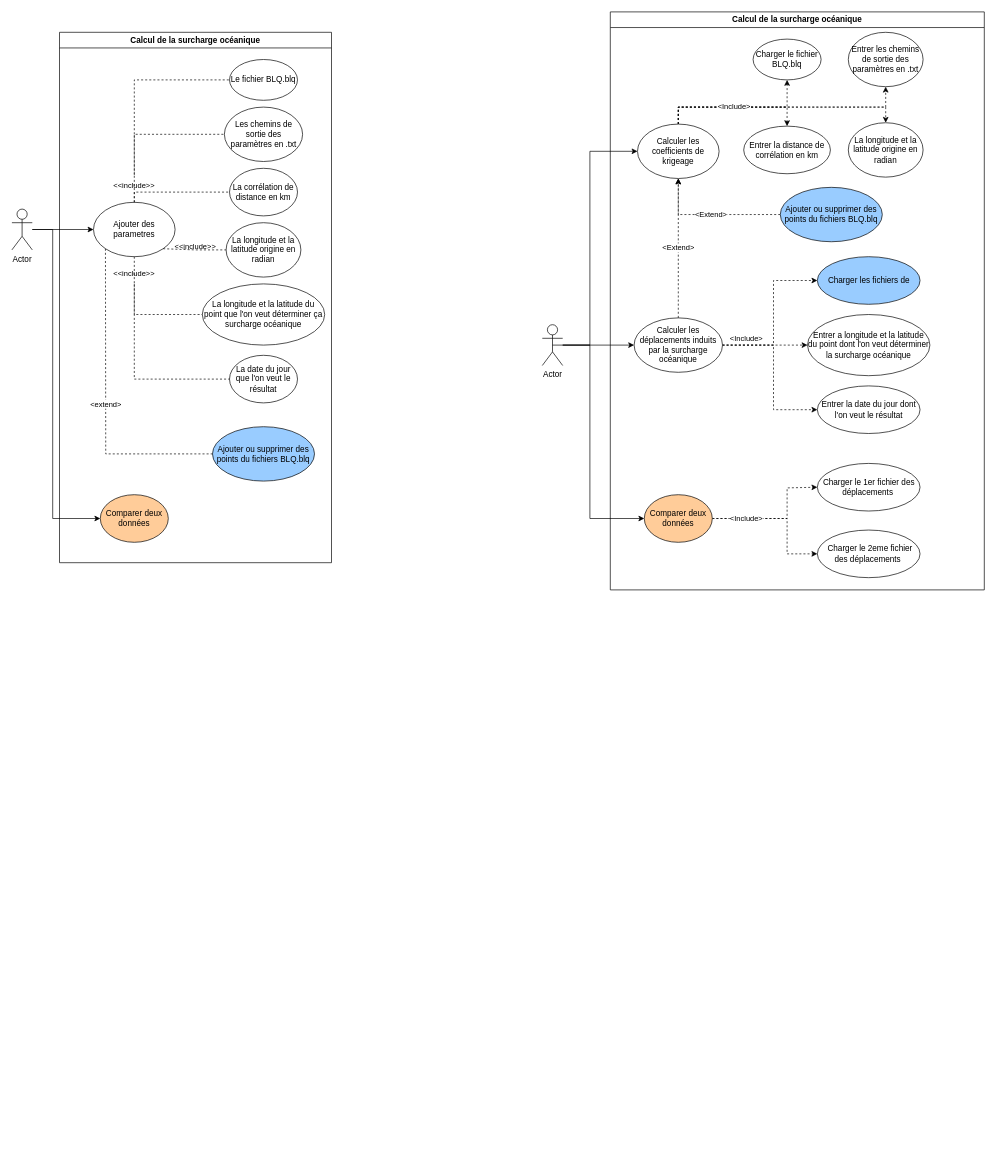
Earlier version of the draw.io diagram dia_de_cas_d_utilisation_2.drawio (Kaloum2/calcul-coeff-krigeage). Source tidied: cells renumbered, new cells numbered last; positions are measured from the earlier drawing's top-left corner, leaving out a move shared by most shapes. Both pictures are drawn from the tidied source at 68%, with x=0, y=0 at pixel (12, 12).
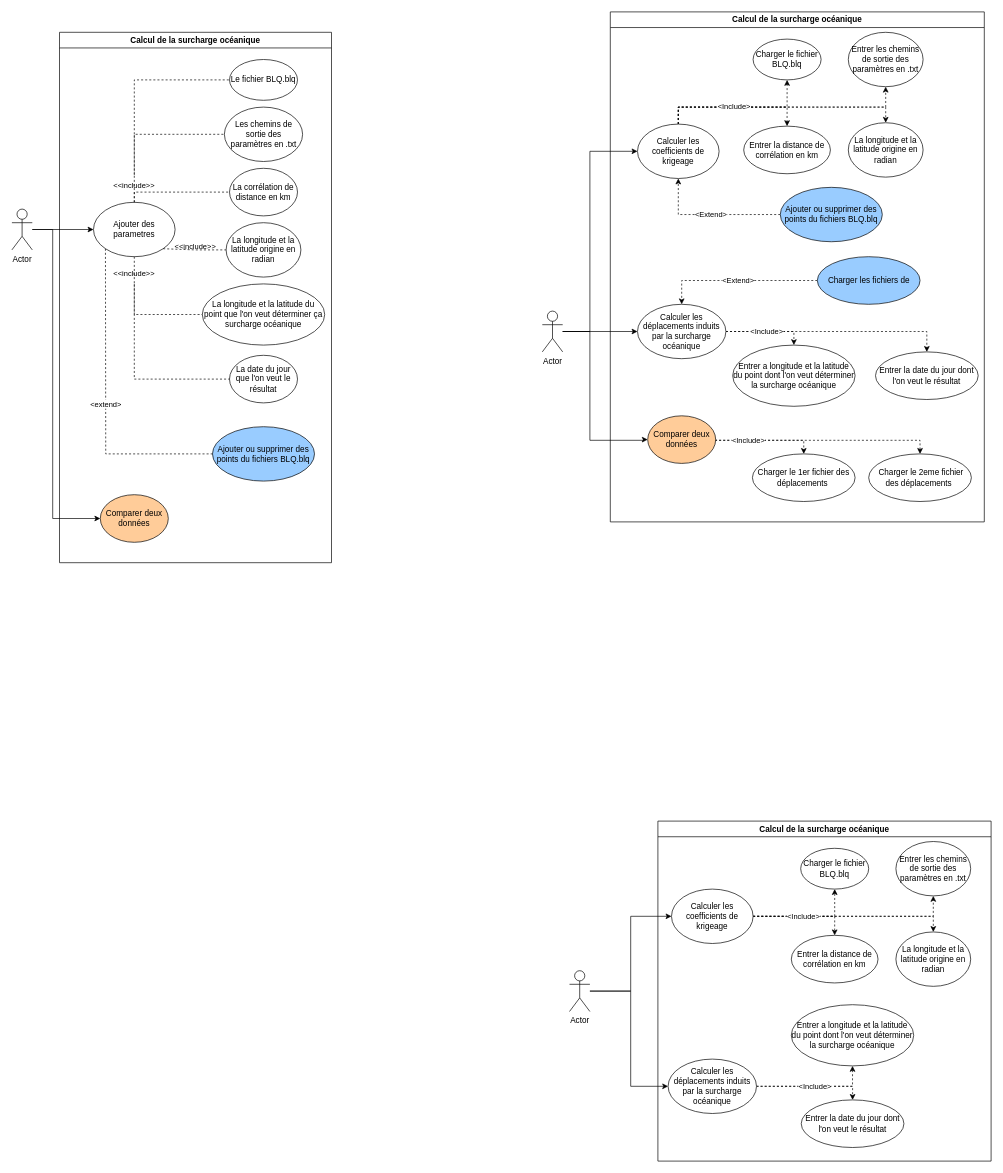
The same diagram, later.

Commit message:
Mettre à jour dia_de_cas_d_utilisation_2.drawio

The change refers to these unchanged cells:
```xml
<mxCell id="39" value="Calculer les coefficients de krigeage" style="ellipse;whiteSpace=wrap;html=1;fillColor=#FFFFFF;" parent="25" vertex="1">
  <mxGeometry x="40" y="165" width="120" height="80" as="geometry" />
</mxCell>
<mxCell id="47" value="Charger les fichiers de" style="ellipse;whiteSpace=wrap;html=1;fillColor=#99CCFF;strokeColor=#000000;" parent="25" vertex="1">
  <mxGeometry x="304.5" y="360" width="151" height="70" as="geometry" />
</mxCell>
```

Diff of the diagram source:
```diff
@@
     <mxCell id="25" value="Calcul de la surcharge océanique" style="swimlane;whiteSpace=wrap;html=1;fillColor=#FFFFFF;" parent="1" vertex="1">
-      <mxGeometry x="880" width="550" height="850" as="geometry" />
+      <mxGeometry x="880" width="550" height="750" as="geometry" />
     </mxCell>
@@
     <mxCell id="29" value="Entrer la date du jour dont l'on veut le résultat" style="ellipse;whiteSpace=wrap;html=1;" parent="25" vertex="1">
-      <mxGeometry x="304.5" y="550" width="151" height="70" as="geometry" />
+      <mxGeometry x="390" y="500" width="151" height="70" as="geometry" />
     </mxCell>
-    <mxCell id="30" style="edgeStyle=orthogonalEdgeStyle;rounded=0;jettySize=auto;html=1;exitX=1;exitY=0.5;exitDx=0;exitDy=0;entryX=0;entryY=0.5;entryDx=0;entryDy=0;dashed=1;" parent="25" edge="1" source="32" target="49">
+    <mxCell id="30" style="edgeStyle=orthogonalEdgeStyle;rounded=0;jettySize=auto;html=1;exitX=1;exitY=0.5;exitDx=0;exitDy=0;entryX=0.5;entryY=0;entryDx=0;entryDy=0;dashed=1;" parent="25" edge="1" source="32" target="49">
       <mxGeometry relative="1" as="geometry">
         <Array as="points">
-          <mxPoint x="260" y="745" />
-          <mxPoint x="260" y="797" />
+          <mxPoint x="155" y="630" />
+          <mxPoint x="456" y="630" />
         </Array>
       </mxGeometry>
     </mxCell>
-    <mxCell id="31" value="&amp;lt;Include&amp;gt;" style="edgeStyle=orthogonalEdgeStyle;rounded=0;jettySize=auto;html=1;exitX=1;exitY=0.5;exitDx=0;exitDy=0;entryX=0;entryY=0.5;entryDx=0;entryDy=0;dashed=1;" parent="25" edge="1" source="32" target="48">
-      <mxGeometry x="-0.5" relative="1" as="geometry">
+    <mxCell id="31" value="&amp;lt;Include&amp;gt;" style="edgeStyle=orthogonalEdgeStyle;rounded=0;jettySize=auto;html=1;exitX=1;exitY=0.5;exitDx=0;exitDy=0;entryX=0.5;entryY=0;entryDx=0;entryDy=0;dashed=1;" parent="25" edge="1" source="32" target="48">
+      <mxGeometry x="-0.35" relative="1" as="geometry">
         <Array as="points">
-          <mxPoint x="260" y="745" />
-          <mxPoint x="260" y="700" />
-          <mxPoint x="305" y="700" />
+          <mxPoint x="155" y="630" />
+          <mxPoint x="285" y="630" />
         </Array>
       </mxGeometry>
     </mxCell>
     <mxCell id="32" value="Comparer deux données" style="ellipse;whiteSpace=wrap;html=1;fillColor=#FFCC99;" parent="25" vertex="1">
-      <mxGeometry x="50" y="710" width="100" height="70" as="geometry" />
+      <mxGeometry x="55" y="594" width="100" height="70" as="geometry" />
     </mxCell>
@@
     <mxCell id="34" value="Entrer a longitude et la latitude du point dont l'on veut déterminer la surcharge océanique" style="ellipse;whiteSpace=wrap;html=1;" parent="25" vertex="1">
-      <mxGeometry x="290" y="445" width="180" height="90" as="geometry" />
+      <mxGeometry x="180" y="490" width="180" height="90" as="geometry" />
     </mxCell>
@@
-    <mxCell id="42" value="&amp;lt;Extend&amp;gt;" style="edgeStyle=orthogonalEdgeStyle;rounded=0;jettySize=auto;html=1;exitX=0.5;exitY=0;exitDx=0;exitDy=0;entryX=0.5;entryY=1;entryDx=0;entryDy=0;dashed=1;" parent="25" edge="1" source="46" target="39">
-      <mxGeometry relative="1" as="geometry" />
-    </mxCell>
-    <mxCell id="43" value="&amp;lt;Include&amp;gt;" style="edgeStyle=orthogonalEdgeStyle;rounded=0;jettySize=auto;html=1;exitX=1;exitY=0.5;exitDx=0;exitDy=0;entryX=0;entryY=0.5;entryDx=0;entryDy=0;dashed=1;" parent="25" edge="1" source="46" target="47">
-      <mxGeometry x="-0.7" y="10" relative="1" as="geometry">
-        <Array as="points">
-          <mxPoint x="240" y="490" />
-          <mxPoint x="240" y="395" />
-        </Array>
-      </mxGeometry>
-    </mxCell>
-    <mxCell id="44" style="edgeStyle=orthogonalEdgeStyle;rounded=0;jettySize=auto;html=1;exitX=1;exitY=0.5;exitDx=0;exitDy=0;entryX=0;entryY=0.5;entryDx=0;entryDy=0;dashed=1;" parent="25" edge="1" source="46" target="29">
-      <mxGeometry relative="1" as="geometry">
-        <Array as="points">
-          <mxPoint x="240" y="490" />
-          <mxPoint x="240" y="585" />
-        </Array>
-      </mxGeometry>
+    <mxCell id="44" style="edgeStyle=orthogonalEdgeStyle;rounded=0;jettySize=auto;html=1;exitX=1;exitY=0.5;exitDx=0;exitDy=0;entryX=0.5;entryY=0;entryDx=0;entryDy=0;dashed=1;" parent="25" edge="1" source="46" target="29">
+      <mxGeometry relative="1" as="geometry" />
     </mxCell>
-    <mxCell id="45" style="edgeStyle=orthogonalEdgeStyle;rounded=0;jettySize=auto;html=1;exitX=1;exitY=0.5;exitDx=0;exitDy=0;entryX=0;entryY=0.5;entryDx=0;entryDy=0;dashed=1;" parent="25" edge="1" source="46" target="34">
+    <mxCell id="45" value="&amp;lt;Include&amp;gt;" style="edgeStyle=orthogonalEdgeStyle;rounded=0;jettySize=auto;html=1;exitX=1;exitY=0.5;exitDx=0;exitDy=0;entryX=0.5;entryY=0;entryDx=0;entryDy=0;dashed=1;" parent="25" edge="1" source="46" target="34">
       <mxGeometry relative="1" as="geometry" />
     </mxCell>
     <mxCell id="46" value="Calculer les déplacements induits par la surcharge océanique" style="ellipse;whiteSpace=wrap;html=1;fillColor=#FFFFFF;" parent="25" vertex="1">
-      <mxGeometry x="35" y="450" width="130" height="80" as="geometry" />
+      <mxGeometry x="40" y="430" width="130" height="80" as="geometry" />
     </mxCell>
+    <mxCell id="42" value="&amp;lt;Extend&amp;gt;" style="edgeStyle=orthogonalEdgeStyle;rounded=0;jettySize=auto;html=1;exitX=0;exitY=0.5;exitDx=0;exitDy=0;entryX=0.5;entryY=0;entryDx=0;entryDy=0;dashed=1;" parent="25" edge="1" source="47" target="46">
+      <mxGeometry relative="1" as="geometry" />
+    </mxCell>
@@
     <mxCell id="48" value="Charger le 1er fichier des déplacements&amp;nbsp;" style="ellipse;whiteSpace=wrap;html=1;" parent="25" vertex="1">
-      <mxGeometry x="304.5" y="664" width="151" height="70" as="geometry" />
+      <mxGeometry x="209" y="650" width="151" height="70" as="geometry" />
     </mxCell>
     <mxCell id="49" value="&amp;nbsp;Charger le 2eme fichier des déplacements&amp;nbsp;" style="ellipse;whiteSpace=wrap;html=1;" parent="25" vertex="1">
-      <mxGeometry x="304.5" y="762" width="151" height="70" as="geometry" />
+      <mxGeometry x="380" y="650" width="151" height="70" as="geometry" />
     </mxCell>
     <mxCell id="50" style="edgeStyle=orthogonalEdgeStyle;rounded=0;jettySize=auto;html=1;entryX=0;entryY=0.5;entryDx=0;entryDy=0;" parent="1" edge="1" source="53" target="39">
       <mxGeometry relative="1" as="geometry">
         <Array as="points">
-          <mxPoint x="850" y="490" />
+          <mxPoint x="850" y="470" />
           <mxPoint x="850" y="205" />
         </Array>
       </mxGeometry>
     </mxCell>
@@
-    <mxCell id="52" style="edgeStyle=orthogonalEdgeStyle;rounded=0;jettySize=auto;html=1;exitX=0.5;exitY=0.5;exitDx=0;exitDy=0;exitPerimeter=0;entryX=0;entryY=0.5;entryDx=0;entryDy=0;" parent="1" edge="1" source="53" target="32">
+    <mxCell id="52" style="edgeStyle=orthogonalEdgeStyle;rounded=0;jettySize=auto;html=1;entryX=0;entryY=0.5;entryDx=0;entryDy=0;" parent="1" edge="1" source="53" target="32">
       <mxGeometry relative="1" as="geometry">
         <Array as="points">
-          <mxPoint x="850" y="490" />
-          <mxPoint x="850" y="745" />
+          <mxPoint x="850" y="470" />
+          <mxPoint x="850" y="630" />
+          <mxPoint x="930" y="630" />
+          <mxPoint x="930" y="629" />
         </Array>
       </mxGeometry>
     </mxCell>
     <mxCell id="53" value="Actor" style="shape=umlActor;verticalLabelPosition=bottom;verticalAlign=top;html=1;outlineConnect=0;" parent="1" vertex="1">
-      <mxGeometry x="780" y="460" width="30" height="60" as="geometry" />
+      <mxGeometry x="780" y="440" width="30" height="60" as="geometry" />
     </mxCell>
+    <mxCell id="54" value="Calcul de la surcharge océanique" style="swimlane;whiteSpace=wrap;html=1;fillColor=#FFFFFF;" parent="1" vertex="1">
+      <mxGeometry x="950" y="1190" width="490" height="500" as="geometry" />
+    </mxCell>
+    <mxCell id="55" value="Charger le fichier BLQ.blq" style="ellipse;whiteSpace=wrap;html=1;" parent="54" vertex="1">
+      <mxGeometry x="210" y="40" width="100" height="60" as="geometry" />
+    </mxCell>
+    <mxCell id="56" value="Entrer la distance de corrélation en km" style="ellipse;whiteSpace=wrap;html=1;" parent="54" vertex="1">
+      <mxGeometry x="196.2" y="168" width="127.5" height="70" as="geometry" />
+    </mxCell>
+    <mxCell id="57" value="La longitude et la latitude origine en radian" style="ellipse;whiteSpace=wrap;html=1;" parent="54" vertex="1">
+      <mxGeometry x="350" y="163" width="110" height="80" as="geometry" />
+    </mxCell>
+    <mxCell id="58" value="Entrer la date du jour dont l'on veut le résultat" style="ellipse;whiteSpace=wrap;html=1;" parent="54" vertex="1">
+      <mxGeometry x="210.8" y="410" width="151" height="70" as="geometry" />
+    </mxCell>
+    <mxCell id="59" value="Entrer les chemins de sortie des paramètres en .txt" style="ellipse;whiteSpace=wrap;html=1;" parent="54" vertex="1">
+      <mxGeometry x="350" y="30" width="110" height="80" as="geometry" />
+    </mxCell>
+    <mxCell id="60" value="Entrer a longitude et la latitude du point dont l'on veut déterminer la surcharge océanique" style="ellipse;whiteSpace=wrap;html=1;" parent="54" vertex="1">
+      <mxGeometry x="196.2" y="270" width="180" height="90" as="geometry" />
+    </mxCell>
+    <mxCell id="61" style="edgeStyle=orthogonalEdgeStyle;rounded=0;jettySize=auto;html=1;exitX=1;exitY=0.5;exitDx=0;exitDy=0;dashed=1;" parent="54" edge="1" source="65" target="59">
+      <mxGeometry relative="1" as="geometry">
+        <Array as="points">
+          <mxPoint x="405" y="140" />
+        </Array>
+      </mxGeometry>
+    </mxCell>
+    <mxCell id="62" style="edgeStyle=orthogonalEdgeStyle;rounded=0;jettySize=auto;html=1;exitX=1;exitY=0.5;exitDx=0;exitDy=0;entryX=0.5;entryY=0;entryDx=0;entryDy=0;dashed=1;" parent="54" edge="1" source="65" target="57">
+      <mxGeometry relative="1" as="geometry">
+        <Array as="points">
+          <mxPoint x="405" y="140" />
+        </Array>
+      </mxGeometry>
+    </mxCell>
+    <mxCell id="63" style="edgeStyle=orthogonalEdgeStyle;rounded=0;jettySize=auto;html=1;exitX=1;exitY=0.5;exitDx=0;exitDy=0;entryX=0.5;entryY=1;entryDx=0;entryDy=0;dashed=1;" parent="54" edge="1" source="65" target="55">
+      <mxGeometry relative="1" as="geometry">
+        <Array as="points">
+          <mxPoint x="260" y="140" />
+        </Array>
+      </mxGeometry>
+    </mxCell>
+    <mxCell id="64" value="&amp;lt;Include&amp;gt;" style="edgeStyle=orthogonalEdgeStyle;rounded=0;jettySize=auto;html=1;exitX=1;exitY=0.5;exitDx=0;exitDy=0;entryX=0.5;entryY=0;entryDx=0;entryDy=0;dashed=1;" parent="54" edge="1" source="65" target="56">
+      <mxGeometry relative="1" as="geometry">
+        <Array as="points">
+          <mxPoint x="150" y="140" />
+          <mxPoint x="260" y="140" />
+        </Array>
+      </mxGeometry>
+    </mxCell>
+    <mxCell id="65" value="Calculer les coefficients de krigeage" style="ellipse;whiteSpace=wrap;html=1;fillColor=#FFFFFF;" parent="54" vertex="1">
+      <mxGeometry x="20" y="100" width="120" height="80" as="geometry" />
+    </mxCell>
+    <mxCell id="66" style="edgeStyle=orthogonalEdgeStyle;rounded=0;jettySize=auto;html=1;exitX=1;exitY=0.5;exitDx=0;exitDy=0;entryX=0.5;entryY=0;entryDx=0;entryDy=0;dashed=1;" parent="54" edge="1" source="68" target="58">
+      <mxGeometry relative="1" as="geometry">
+        <Array as="points">
+          <mxPoint x="286" y="390" />
+        </Array>
+      </mxGeometry>
+    </mxCell>
+    <mxCell id="67" value="&amp;lt;Include&amp;gt;" style="edgeStyle=orthogonalEdgeStyle;rounded=0;jettySize=auto;html=1;exitX=1;exitY=0.5;exitDx=0;exitDy=0;entryX=0.5;entryY=1;entryDx=0;entryDy=0;dashed=1;" parent="54" edge="1" source="68" target="60">
+      <mxGeometry relative="1" as="geometry" />
+    </mxCell>
+    <mxCell id="68" value="Calculer les déplacements induits par la surcharge océanique" style="ellipse;whiteSpace=wrap;html=1;fillColor=#FFFFFF;" parent="54" vertex="1">
+      <mxGeometry x="15" y="350" width="130" height="80" as="geometry" />
+    </mxCell>
+    <mxCell id="69" style="edgeStyle=orthogonalEdgeStyle;rounded=0;jettySize=auto;html=1;entryX=0;entryY=0.5;entryDx=0;entryDy=0;" parent="1" edge="1" source="71" target="65">
+      <mxGeometry relative="1" as="geometry">
+        <Array as="points">
+          <mxPoint x="910" y="1440" />
+          <mxPoint x="910" y="1330" />
+        </Array>
+      </mxGeometry>
+    </mxCell>
+    <mxCell id="70" style="edgeStyle=orthogonalEdgeStyle;rounded=0;jettySize=auto;html=1;entryX=0;entryY=0.5;entryDx=0;entryDy=0;" parent="1" edge="1" source="71" target="68">
+      <mxGeometry relative="1" as="geometry">
+        <Array as="points">
+          <mxPoint x="910" y="1440" />
+          <mxPoint x="910" y="1580" />
+        </Array>
+      </mxGeometry>
+    </mxCell>
+    <mxCell id="71" value="Actor" style="shape=umlActor;verticalLabelPosition=bottom;verticalAlign=top;html=1;outlineConnect=0;" parent="1" vertex="1">
+      <mxGeometry x="820" y="1410" width="30" height="60" as="geometry" />
+    </mxCell>
```
